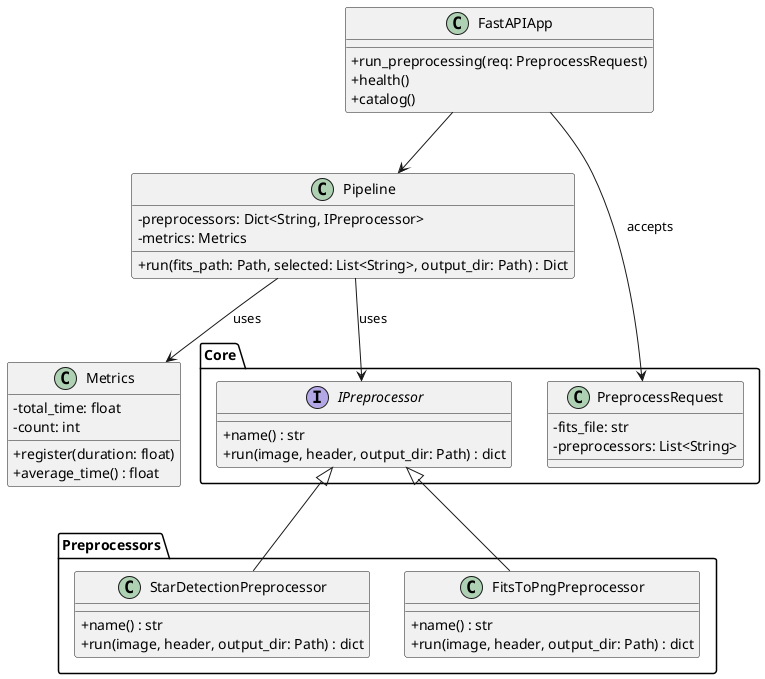
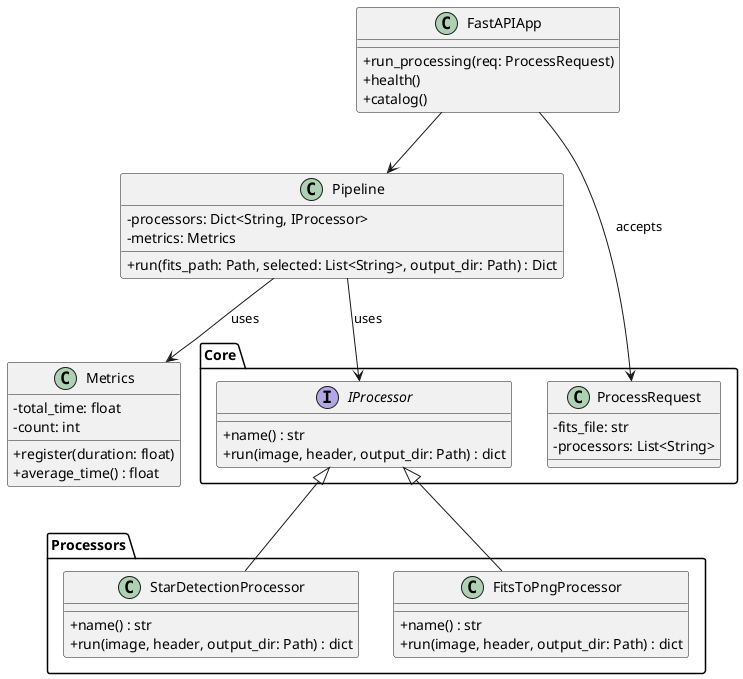
@startuml class
skinparam classAttributeIconSize 0

class FastAPIApp {
-     +run_preprocessing(req: PreprocessRequest)
+     +run_processing(req: ProcessRequest)
    +health()
    +catalog()
}

class Pipeline {
-     -preprocessors: Dict<String, IPreprocessor>
+     -processors: Dict<String, IProcessor>
    -metrics: Metrics
    +run(fits_path: Path, selected: List<String>, output_dir: Path) : Dict
}

class Metrics {
    -total_time: float
    -count: int
    +register(duration: float)
    +average_time() : float
}

package Core {

- 	interface IPreprocessor {
+ 	interface IProcessor {
		+name() : str
		+run(image, header, output_dir: Path) : dict
	}

- 	class PreprocessRequest {
+ 	class ProcessRequest {
		-fits_file: str
- 		-preprocessors: List<String>
+ 		-processors: List<String>
	}
}

- package Preprocessors {
- 	class StarDetectionPreprocessor {
+ package Processors {
+ 	class StarDetectionProcessor {
		+name() : str
		+run(image, header, output_dir: Path) : dict
	}

- 	class FitsToPngPreprocessor {
+ 	class FitsToPngProcessor {
		+name() : str
		+run(image, header, output_dir: Path) : dict
	}
}



FastAPIApp --> Pipeline
- Pipeline --> IPreprocessor : uses
- IPreprocessor <|-- StarDetectionPreprocessor
- IPreprocessor <|-- FitsToPngPreprocessor
+ Pipeline --> IProcessor : uses
+ IProcessor <|-- StarDetectionProcessor
+ IProcessor <|-- FitsToPngProcessor
Pipeline --> Metrics : uses
- FastAPIApp --> PreprocessRequest : accepts
+ FastAPIApp --> ProcessRequest : accepts

@enduml